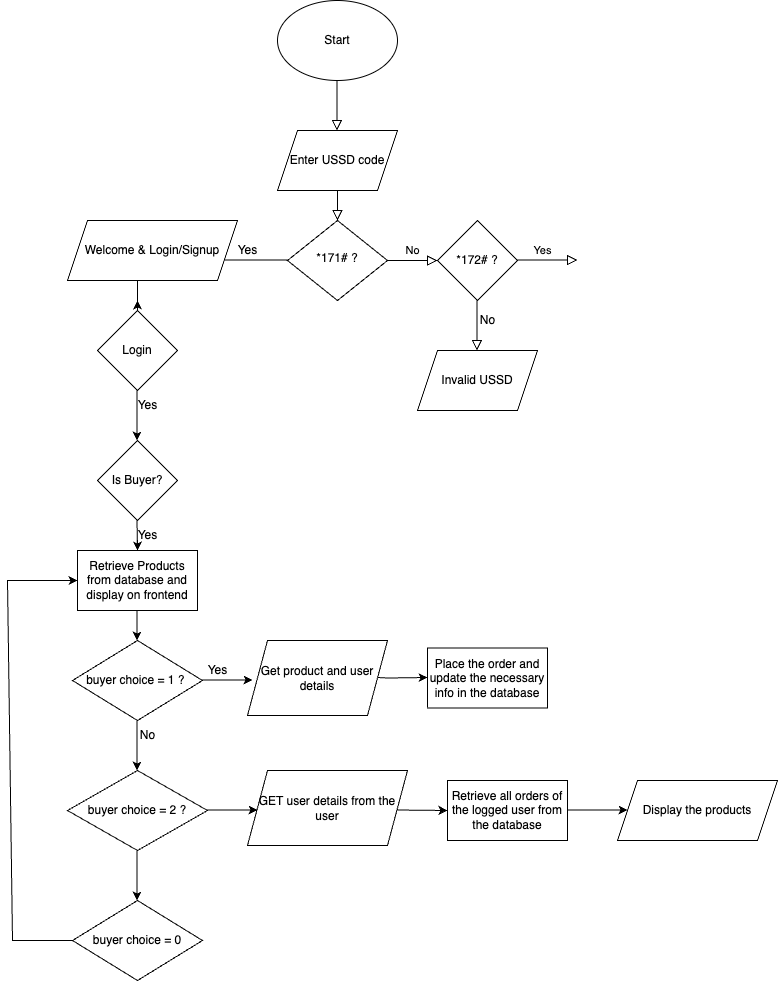
This is Agri-market.drawio.png from GasanaJr/agri-market, a draw.io export, as it was before one commit. Source tidied: cells renumbered, new cells last; positions are measured from the earlier drawing's top-left corner, leaving out a move shared by most shapes.
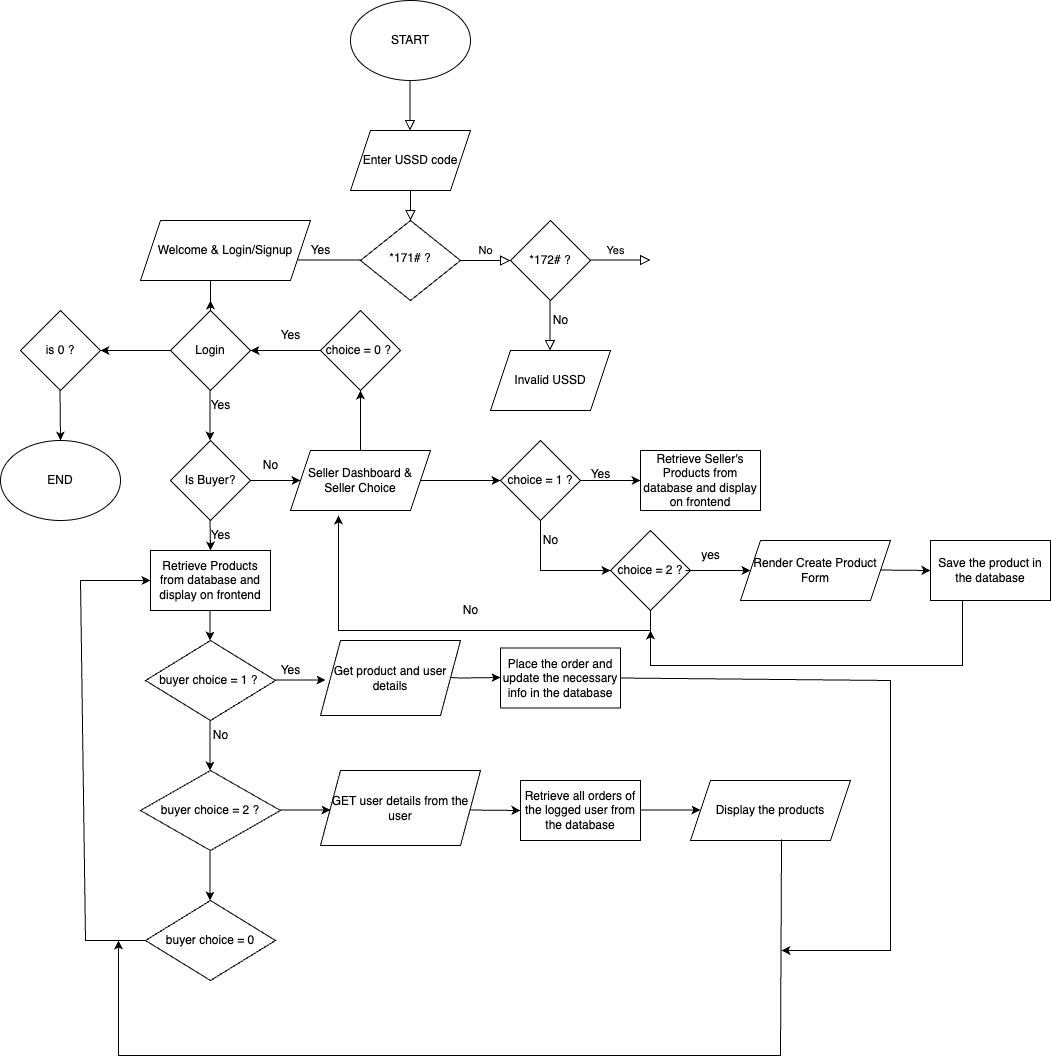
After the change.

What changed in the source:
```diff
@@ -15,7 +15,7 @@
     <mxCell id="4" value="*171# ?" style="rhombus;whiteSpace=wrap;html=1;shadow=0;fontFamily=Helvetica;fontSize=12;align=center;strokeWidth=1;spacing=6;spacingTop=-4;" parent="1" vertex="1">
       <mxGeometry x="280" y="220" width="100" height="80" as="geometry" />
     </mxCell>
-    <mxCell id="5" value="Start" style="ellipse;whiteSpace=wrap;html=1;" parent="1" vertex="1">
+    <mxCell id="5" value="START" style="ellipse;whiteSpace=wrap;html=1;" parent="1" vertex="1">
       <mxGeometry x="270" width="120" height="80" as="geometry" />
     </mxCell>
     <mxCell id="6" style="rounded=0;html=1;jettySize=auto;orthogonalLoop=1;fontSize=11;endArrow=block;endFill=0;endSize=8;strokeWidth=1;shadow=0;labelBackgroundColor=none;edgeStyle=orthogonalEdgeStyle;" parent="1" edge="1">
@@ -205,5 +205,149 @@
         </Array>
       </mxGeometry>
     </mxCell>
+    <mxCell id="43" style="endArrow=classic;html=1;rounded=0;" parent="1" edge="1">
+      <mxGeometry relative="1" as="geometry">
+        <mxPoint x="170" y="480" as="sourcePoint" />
+        <mxPoint x="220" y="480" as="targetPoint" />
+      </mxGeometry>
+    </mxCell>
+    <mxCell id="44" value="No" style="text;html=1;align=center;verticalAlign=middle;strokeColor=none;fillColor=none;" parent="1" vertex="1">
+      <mxGeometry x="170" y="450" width="40" height="30" as="geometry" />
+    </mxCell>
+    <mxCell id="45" value="Seller Dashboard &amp;amp; Seller Choice" style="shape=parallelogram;perimeter=parallelogramPerimeter;whiteSpace=wrap;html=1;fixedSize=1;" parent="1" vertex="1">
+      <mxGeometry x="210" y="450" width="140" height="60" as="geometry" />
+    </mxCell>
+    <mxCell id="46" style="endArrow=classic;html=1;rounded=0;" parent="1" edge="1">
+      <mxGeometry relative="1" as="geometry">
+        <mxPoint x="340" y="480" as="sourcePoint" />
+        <mxPoint x="420" y="480" as="targetPoint" />
+      </mxGeometry>
+    </mxCell>
+    <mxCell id="47" value="choice = 1 ?" style="rhombus;whiteSpace=wrap;html=1;" parent="1" vertex="1">
+      <mxGeometry x="420" y="440" width="80" height="80" as="geometry" />
+    </mxCell>
+    <mxCell id="48" value="Retrieve Seller's Products from database and display on frontend" style="whiteSpace=wrap;html=1;" parent="1" vertex="1">
+      <mxGeometry x="560" y="450" width="120" height="60" as="geometry" />
+    </mxCell>
+    <mxCell id="49" style="endArrow=classic;html=1;rounded=0;" parent="1" edge="1">
+      <mxGeometry relative="1" as="geometry">
+        <mxPoint x="500" y="480" as="sourcePoint" />
+        <mxPoint x="560" y="480" as="targetPoint" />
+      </mxGeometry>
+    </mxCell>
+    <mxCell id="50" value="Yes" style="text;html=1;align=center;verticalAlign=middle;strokeColor=none;fillColor=none;" parent="1" vertex="1">
+      <mxGeometry x="500" y="459" width="40" height="30" as="geometry" />
+    </mxCell>
+    <mxCell id="51" style="endArrow=classic;html=1;rounded=0;exitX=0.5;exitY=1;exitDx=0;exitDy=0;" parent="1" edge="1" source="47">
+      <mxGeometry relative="1" as="geometry">
+        <mxPoint x="530" y="570" as="targetPoint" />
+        <Array as="points">
+          <mxPoint x="460" y="570" />
+        </Array>
+      </mxGeometry>
+    </mxCell>
+    <mxCell id="52" value="No" style="text;html=1;align=center;verticalAlign=middle;strokeColor=none;fillColor=none;" parent="1" vertex="1">
+      <mxGeometry x="450" y="525" width="40" height="30" as="geometry" />
+    </mxCell>
+    <mxCell id="53" value="Render Create Product Form" style="shape=parallelogram;perimeter=parallelogramPerimeter;whiteSpace=wrap;html=1;fixedSize=1;" parent="1" vertex="1">
+      <mxGeometry x="660" y="540" width="150" height="60" as="geometry" />
+    </mxCell>
+    <mxCell id="54" style="endArrow=classic;html=1;rounded=0;" parent="1" edge="1">
+      <mxGeometry relative="1" as="geometry">
+        <mxPoint x="800" y="569.5" as="sourcePoint" />
+        <mxPoint x="850" y="569.5" as="targetPoint" />
+        <Array as="points">
+          <mxPoint x="850" y="570" />
+        </Array>
+      </mxGeometry>
+    </mxCell>
+    <mxCell id="55" value="Save the product in the database" style="rounded=0;whiteSpace=wrap;html=1;" parent="1" vertex="1">
+      <mxGeometry x="850" y="540" width="120" height="60" as="geometry" />
+    </mxCell>
+    <mxCell id="56" value="choice = 2 ?" style="rhombus;whiteSpace=wrap;html=1;" parent="1" vertex="1">
+      <mxGeometry x="530" y="530" width="80" height="80" as="geometry" />
+    </mxCell>
+    <mxCell id="57" style="endArrow=classic;html=1;rounded=0;entryX=0;entryY=0.5;entryDx=0;entryDy=0;" parent="1" edge="1" target="53">
+      <mxGeometry relative="1" as="geometry">
+        <mxPoint x="605" y="570" as="sourcePoint" />
+      </mxGeometry>
+    </mxCell>
+    <mxCell id="58" value="yes" style="text;html=1;align=center;verticalAlign=middle;strokeColor=none;fillColor=none;" parent="1" vertex="1">
+      <mxGeometry x="610" y="540" width="40" height="30" as="geometry" />
+    </mxCell>
+    <mxCell id="59" style="endArrow=classic;html=1;rounded=0;exitX=0.5;exitY=1;exitDx=0;exitDy=0;entryX=0.343;entryY=1.083;entryDx=0;entryDy=0;entryPerimeter=0;" parent="1" edge="1" target="45">
+      <mxGeometry relative="1" as="geometry">
+        <mxPoint x="570" y="610" as="sourcePoint" />
+        <Array as="points">
+          <mxPoint x="570" y="630" />
+          <mxPoint x="258" y="630" />
+        </Array>
+      </mxGeometry>
+    </mxCell>
+    <mxCell id="60" value="No" style="text;html=1;align=center;verticalAlign=middle;strokeColor=none;fillColor=none;" parent="1" vertex="1">
+      <mxGeometry x="370" y="595" width="40" height="30" as="geometry" />
+    </mxCell>
+    <mxCell id="61" value="choice = 0 ?&amp;nbsp;" style="rhombus;whiteSpace=wrap;html=1;" parent="1" vertex="1">
+      <mxGeometry x="240" y="310" width="80" height="80" as="geometry" />
+    </mxCell>
+    <mxCell id="62" style="endArrow=classic;html=1;rounded=0;entryX=0.5;entryY=1;entryDx=0;entryDy=0;exitX=0.5;exitY=0;exitDx=0;exitDy=0;" parent="1" edge="1" source="45" target="61">
+      <mxGeometry relative="1" as="geometry" />
+    </mxCell>
+    <mxCell id="63" style="endArrow=classic;html=1;rounded=0;exitX=0;exitY=0.5;exitDx=0;exitDy=0;" parent="1" edge="1" source="61">
+      <mxGeometry relative="1" as="geometry">
+        <mxPoint x="170" y="350" as="targetPoint" />
+      </mxGeometry>
+    </mxCell>
+    <mxCell id="64" style="endArrow=classic;html=1;rounded=0;" parent="1" edge="1">
+      <mxGeometry relative="1" as="geometry">
+        <mxPoint x="882" y="600" as="sourcePoint" />
+        <mxPoint x="570" y="630" as="targetPoint" />
+        <Array as="points">
+          <mxPoint x="882" y="665" />
+          <mxPoint x="570" y="665" />
+        </Array>
+      </mxGeometry>
+    </mxCell>
+    <mxCell id="65" style="endArrow=classic;html=1;rounded=0;exitX=0.569;exitY=0.983;exitDx=0;exitDy=0;entryX=0.343;entryY=1.083;entryDx=0;entryDy=0;entryPerimeter=0;exitPerimeter=0;" parent="1" edge="1" source="39">
+      <mxGeometry relative="1" as="geometry">
+        <mxPoint x="38" y="940" as="targetPoint" />
+        <Array as="points">
+          <mxPoint x="700" y="1055" />
+          <mxPoint x="350" y="1055" />
+          <mxPoint x="38" y="1055" />
+        </Array>
+      </mxGeometry>
+    </mxCell>
+    <mxCell id="66" style="endArrow=classic;html=1;rounded=0;exitX=1;exitY=0.5;exitDx=0;exitDy=0;" parent="1" edge="1" source="29">
+      <mxGeometry relative="1" as="geometry">
+        <mxPoint x="701" y="950" as="targetPoint" />
+        <Array as="points">
+          <mxPoint x="810" y="680" />
+          <mxPoint x="810" y="810" />
+          <mxPoint x="810" y="950" />
+        </Array>
+      </mxGeometry>
+    </mxCell>
+    <mxCell id="67" value="is 0 ?" style="rhombus;whiteSpace=wrap;html=1;" parent="1" vertex="1">
+      <mxGeometry x="-60" y="310" width="80" height="80" as="geometry" />
+    </mxCell>
+    <mxCell id="68" value="Yes" style="text;html=1;align=center;verticalAlign=middle;strokeColor=none;fillColor=none;" parent="1" vertex="1">
+      <mxGeometry x="190" y="320" width="40" height="30" as="geometry" />
+    </mxCell>
+    <mxCell id="69" style="endArrow=classic;html=1;rounded=0;" parent="1" edge="1">
+      <mxGeometry relative="1" as="geometry">
+        <mxPoint x="90" y="350" as="sourcePoint" />
+        <mxPoint x="20" y="350" as="targetPoint" />
+      </mxGeometry>
+    </mxCell>
+    <mxCell id="70" style="endArrow=classic;html=1;rounded=0;" parent="1" edge="1">
+      <mxGeometry relative="1" as="geometry">
+        <mxPoint x="-20.5" y="390" as="sourcePoint" />
+        <mxPoint x="-20" y="440" as="targetPoint" />
+      </mxGeometry>
+    </mxCell>
+    <mxCell id="71" value="END" style="ellipse;whiteSpace=wrap;html=1;" parent="1" vertex="1">
+      <mxGeometry x="-80" y="440" width="120" height="80" as="geometry" />
+    </mxCell>
   </root>
 </mxGraphModel>
```
